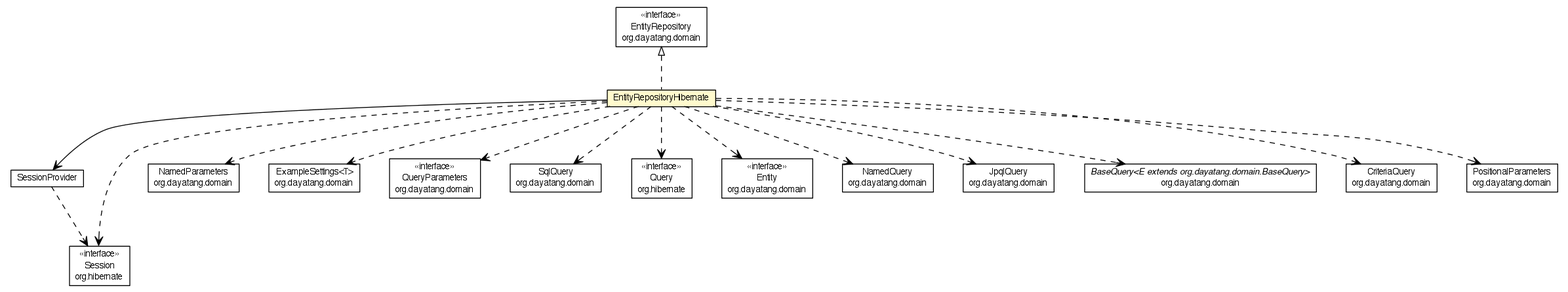
Earlier version of the Graphviz export dddlib-persistence/dddlib-persistence-hibernate/apidocs/org/dayatang/persistence/hibernate/EntityRepositoryHibernate.png (dayatang/dddlib). Its source is kept beside it as dddlib-persistence/dddlib-persistence-hibernate/apidocs/org/dayatang/persistence/hibernate/EntityRepositoryHibernate.dot.
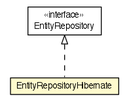
The same diagram one commit later.

Diff of the diagram source:
```diff
@@ -4,112 +4,16 @@
 	node [fontname="Helvetica",fontsize=10,shape=plaintext];
 	nodesep=0.25;
 	ranksep=0.5;
-	c28 [label=<<table title="org.dayatang.persistence.hibernate.SessionProvider" border="0" cellborder="1" cellspacing="0" cellpadding="2" port="p" href="./SessionProvider.html">
-		<tr><td><table border="0" cellspacing="0" cellpadding="1">
-<tr><td align="center" balign="center"> SessionProvider </td></tr>
-		</table></td></tr>
-		</table>>, URL="./SessionProvider.html", fontname="Helvetica", fontcolor="black", fontsize=10.0];
-	c29 [label=<<table title="org.dayatang.persistence.hibernate.EntityRepositoryHibernate" border="0" cellborder="1" cellspacing="0" cellpadding="2" port="p" bgcolor="lemonChiffon" href="./EntityRepositoryHibernate.html">
+	c10 [label=<<table title="org.dayatang.persistence.hibernate.EntityRepositoryHibernate" border="0" cellborder="1" cellspacing="0" cellpadding="2" port="p" bgcolor="lemonChiffon" href="./EntityRepositoryHibernate.html">
 		<tr><td><table border="0" cellspacing="0" cellpadding="1">
 <tr><td align="center" balign="center"> EntityRepositoryHibernate </td></tr>
 		</table></td></tr>
 		</table>>, URL="./EntityRepositoryHibernate.html", fontname="Helvetica", fontcolor="black", fontsize=10.0];
-	c30:p -> c29:p [dir=back,arrowtail=empty,style=dashed];
-	c29:p -> c28:p [taillabel="", label=" "headlabel="", fontname="Helvetica", fontcolor="black", fontsize=10.0, color="black", arrowhead=open];
-	c28:p -> c43:p [taillabel="", label=" "headlabel="", fontname="Helvetica", fontcolor="black", fontsize=10.0, color="black", arrowhead=open, style=dashed];
-	c29:p -> c44:p [taillabel="", label=" "headlabel="", fontname="Helvetica", fontcolor="black", fontsize=10.0, color="black", arrowhead=open, style=dashed];
-	c29:p -> c43:p [taillabel="", label=" "headlabel="", fontname="Helvetica", fontcolor="black", fontsize=10.0, color="black", arrowhead=open, style=dashed];
-	c29:p -> c45:p [taillabel="", label=" "headlabel="", fontname="Helvetica", fontcolor="black", fontsize=10.0, color="black", arrowhead=open, style=dashed];
-	c29:p -> c46:p [taillabel="", label=" "headlabel="", fontname="Helvetica", fontcolor="black", fontsize=10.0, color="black", arrowhead=open, style=dashed];
-	c29:p -> c47:p [taillabel="", label=" "headlabel="", fontname="Helvetica", fontcolor="black", fontsize=10.0, color="black", arrowhead=open, style=dashed];
-	c29:p -> c59:p [taillabel="", label=" "headlabel="", fontname="Helvetica", fontcolor="black", fontsize=10.0, color="black", arrowhead=open, style=dashed];
-	c29:p -> c60:p [taillabel="", label=" "headlabel="", fontname="Helvetica", fontcolor="black", fontsize=10.0, color="black", arrowhead=open, style=dashed];
-	c29:p -> c61:p [taillabel="", label=" "headlabel="", fontname="Helvetica", fontcolor="black", fontsize=10.0, color="black", arrowhead=open, style=dashed];
-	c29:p -> c62:p [taillabel="", label=" "headlabel="", fontname="Helvetica", fontcolor="black", fontsize=10.0, color="black", arrowhead=open, style=dashed];
-	c29:p -> c63:p [taillabel="", label=" "headlabel="", fontname="Helvetica", fontcolor="black", fontsize=10.0, color="black", arrowhead=open, style=dashed];
-	c29:p -> c68:p [taillabel="", label=" "headlabel="", fontname="Helvetica", fontcolor="black", fontsize=10.0, color="black", arrowhead=open, style=dashed];
-	c29:p -> c69:p [taillabel="", label=" "headlabel="", fontname="Helvetica", fontcolor="black", fontsize=10.0, color="black", arrowhead=open, style=dashed];
-	c43 [label=<<table title="org.hibernate.Session" border="0" cellborder="1" cellspacing="0" cellpadding="2" port="p" href="http://java.sun.com/j2se/1.4.2/docs/api/org/hibernate/Session.html">
-		<tr><td><table border="0" cellspacing="0" cellpadding="1">
-<tr><td align="center" balign="center"> &#171;interface&#187; </td></tr>
-<tr><td align="center" balign="center"> Session </td></tr>
-<tr><td align="center" balign="center"> org.hibernate </td></tr>
-		</table></td></tr>
-		</table>>, URL="http://java.sun.com/j2se/1.4.2/docs/api/org/hibernate/Session.html", fontname="Helvetica", fontcolor="black", fontsize=10.0];
-	c44 [label=<<table title="org.dayatang.domain.NamedParameters" border="0" cellborder="1" cellspacing="0" cellpadding="2" port="p" href="http://java.sun.com/j2se/1.4.2/docs/api/org/dayatang/domain/NamedParameters.html">
-		<tr><td><table border="0" cellspacing="0" cellpadding="1">
-<tr><td align="center" balign="center"> NamedParameters </td></tr>
-<tr><td align="center" balign="center"> org.dayatang.domain </td></tr>
-		</table></td></tr>
-		</table>>, URL="http://java.sun.com/j2se/1.4.2/docs/api/org/dayatang/domain/NamedParameters.html", fontname="Helvetica", fontcolor="black", fontsize=10.0];
-	c45 [label=<<table title="org.dayatang.domain.ExampleSettings" border="0" cellborder="1" cellspacing="0" cellpadding="2" port="p" href="http://java.sun.com/j2se/1.4.2/docs/api/org/dayatang/domain/ExampleSettings.html">
-		<tr><td><table border="0" cellspacing="0" cellpadding="1">
-<tr><td align="center" balign="center"> ExampleSettings&lt;T&gt; </td></tr>
-<tr><td align="center" balign="center"> org.dayatang.domain </td></tr>
-		</table></td></tr>
-		</table>>, URL="http://java.sun.com/j2se/1.4.2/docs/api/org/dayatang/domain/ExampleSettings.html", fontname="Helvetica", fontcolor="black", fontsize=10.0];
-	c68 [label=<<table title="org.dayatang.domain.CriteriaQuery" border="0" cellborder="1" cellspacing="0" cellpadding="2" port="p" href="http://java.sun.com/j2se/1.4.2/docs/api/org/dayatang/domain/CriteriaQuery.html">
-		<tr><td><table border="0" cellspacing="0" cellpadding="1">
-<tr><td align="center" balign="center"> CriteriaQuery </td></tr>
-<tr><td align="center" balign="center"> org.dayatang.domain </td></tr>
-		</table></td></tr>
-		</table>>, URL="http://java.sun.com/j2se/1.4.2/docs/api/org/dayatang/domain/CriteriaQuery.html", fontname="Helvetica", fontcolor="black", fontsize=10.0];
-	c61 [label=<<table title="org.dayatang.domain.NamedQuery" border="0" cellborder="1" cellspacing="0" cellpadding="2" port="p" href="http://java.sun.com/j2se/1.4.2/docs/api/org/dayatang/domain/NamedQuery.html">
-		<tr><td><table border="0" cellspacing="0" cellpadding="1">
-<tr><td align="center" balign="center"> NamedQuery </td></tr>
-<tr><td align="center" balign="center"> org.dayatang.domain </td></tr>
-		</table></td></tr>
-		</table>>, URL="http://java.sun.com/j2se/1.4.2/docs/api/org/dayatang/domain/NamedQuery.html", fontname="Helvetica", fontcolor="black", fontsize=10.0];
-	c69 [label=<<table title="org.dayatang.domain.PositionalParameters" border="0" cellborder="1" cellspacing="0" cellpadding="2" port="p" href="http://java.sun.com/j2se/1.4.2/docs/api/org/dayatang/domain/PositionalParameters.html">
-		<tr><td><table border="0" cellspacing="0" cellpadding="1">
-<tr><td align="center" balign="center"> PositionalParameters </td></tr>
-<tr><td align="center" balign="center"> org.dayatang.domain </td></tr>
-		</table></td></tr>
-		</table>>, URL="http://java.sun.com/j2se/1.4.2/docs/api/org/dayatang/domain/PositionalParameters.html", fontname="Helvetica", fontcolor="black", fontsize=10.0];
-	c46 [label=<<table title="org.dayatang.domain.QueryParameters" border="0" cellborder="1" cellspacing="0" cellpadding="2" port="p" href="http://java.sun.com/j2se/1.4.2/docs/api/org/dayatang/domain/QueryParameters.html">
-		<tr><td><table border="0" cellspacing="0" cellpadding="1">
-<tr><td align="center" balign="center"> &#171;interface&#187; </td></tr>
-<tr><td align="center" balign="center"> QueryParameters </td></tr>
-<tr><td align="center" balign="center"> org.dayatang.domain </td></tr>
-		</table></td></tr>
-		</table>>, URL="http://java.sun.com/j2se/1.4.2/docs/api/org/dayatang/domain/QueryParameters.html", fontname="Helvetica", fontcolor="black", fontsize=10.0];
-	c62 [label=<<table title="org.dayatang.domain.JpqlQuery" border="0" cellborder="1" cellspacing="0" cellpadding="2" port="p" href="http://java.sun.com/j2se/1.4.2/docs/api/org/dayatang/domain/JpqlQuery.html">
-		<tr><td><table border="0" cellspacing="0" cellpadding="1">
-<tr><td align="center" balign="center"> JpqlQuery </td></tr>
-<tr><td align="center" balign="center"> org.dayatang.domain </td></tr>
-		</table></td></tr>
-		</table>>, URL="http://java.sun.com/j2se/1.4.2/docs/api/org/dayatang/domain/JpqlQuery.html", fontname="Helvetica", fontcolor="black", fontsize=10.0];
-	c59 [label=<<table title="org.hibernate.Query" border="0" cellborder="1" cellspacing="0" cellpadding="2" port="p" href="http://java.sun.com/j2se/1.4.2/docs/api/org/hibernate/Query.html">
-		<tr><td><table border="0" cellspacing="0" cellpadding="1">
-<tr><td align="center" balign="center"> &#171;interface&#187; </td></tr>
-<tr><td align="center" balign="center"> Query </td></tr>
-<tr><td align="center" balign="center"> org.hibernate </td></tr>
-		</table></td></tr>
-		</table>>, URL="http://java.sun.com/j2se/1.4.2/docs/api/org/hibernate/Query.html", fontname="Helvetica", fontcolor="black", fontsize=10.0];
-	c47 [label=<<table title="org.dayatang.domain.SqlQuery" border="0" cellborder="1" cellspacing="0" cellpadding="2" port="p" href="http://java.sun.com/j2se/1.4.2/docs/api/org/dayatang/domain/SqlQuery.html">
-		<tr><td><table border="0" cellspacing="0" cellpadding="1">
-<tr><td align="center" balign="center"> SqlQuery </td></tr>
-<tr><td align="center" balign="center"> org.dayatang.domain </td></tr>
-		</table></td></tr>
-		</table>>, URL="http://java.sun.com/j2se/1.4.2/docs/api/org/dayatang/domain/SqlQuery.html", fontname="Helvetica", fontcolor="black", fontsize=10.0];
-	c30 [label=<<table title="org.dayatang.domain.EntityRepository" border="0" cellborder="1" cellspacing="0" cellpadding="2" port="p" href="http://java.sun.com/j2se/1.4.2/docs/api/org/dayatang/domain/EntityRepository.html">
+	c11:p -> c10:p [dir=back,arrowtail=empty,style=dashed];
+	c11 [label=<<table title="org.dayatang.domain.EntityRepository" border="0" cellborder="1" cellspacing="0" cellpadding="2" port="p">
 		<tr><td><table border="0" cellspacing="0" cellpadding="1">
 <tr><td align="center" balign="center"> &#171;interface&#187; </td></tr>
 <tr><td align="center" balign="center"> EntityRepository </td></tr>
-<tr><td align="center" balign="center"> org.dayatang.domain </td></tr>
 		</table></td></tr>
-		</table>>, URL="http://java.sun.com/j2se/1.4.2/docs/api/org/dayatang/domain/EntityRepository.html", fontname="Helvetica", fontcolor="black", fontsize=10.0];
-	c60 [label=<<table title="org.dayatang.domain.Entity" border="0" cellborder="1" cellspacing="0" cellpadding="2" port="p" href="http://java.sun.com/j2se/1.4.2/docs/api/org/dayatang/domain/Entity.html">
-		<tr><td><table border="0" cellspacing="0" cellpadding="1">
-<tr><td align="center" balign="center"> &#171;interface&#187; </td></tr>
-<tr><td align="center" balign="center"> Entity </td></tr>
-<tr><td align="center" balign="center"> org.dayatang.domain </td></tr>
-		</table></td></tr>
-		</table>>, URL="http://java.sun.com/j2se/1.4.2/docs/api/org/dayatang/domain/Entity.html", fontname="Helvetica", fontcolor="black", fontsize=10.0];
-	c63 [label=<<table title="org.dayatang.domain.BaseQuery" border="0" cellborder="1" cellspacing="0" cellpadding="2" port="p" href="http://java.sun.com/j2se/1.4.2/docs/api/org/dayatang/domain/BaseQuery.html">
-		<tr><td><table border="0" cellspacing="0" cellpadding="1">
-<tr><td align="center" balign="center"><font face="Helvetica-Oblique"> BaseQuery&lt;E extends org.dayatang.domain.BaseQuery&gt; </font></td></tr>
-<tr><td align="center" balign="center"> org.dayatang.domain </td></tr>
-		</table></td></tr>
-		</table>>, URL="http://java.sun.com/j2se/1.4.2/docs/api/org/dayatang/domain/BaseQuery.html", fontname="Helvetica", fontcolor="black", fontsize=10.0];
+		</table>>, URL="null", fontname="Helvetica", fontcolor="black", fontsize=10.0];
 }
```
